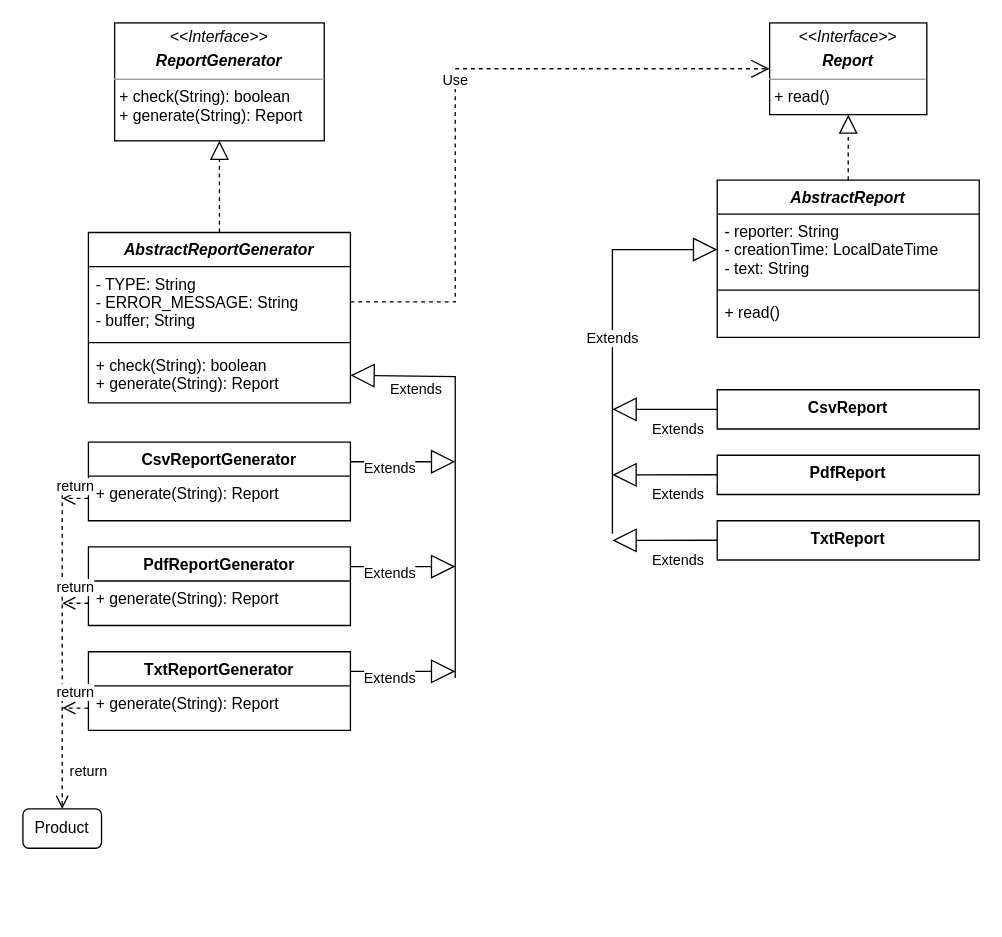
SichniyAndriy/Avada_Task-5_Patterns keeps this draw.io diagram as src/creation/factory_method/factoty_method.drawio. Above is the earlier version. Source tidied: cells renumbered, new cells numbered last; positions are measured from the earlier drawing's top-left corner, leaving out a move shared by most shapes. Both pictures are drawn from the tidied source at 131%, with x=0, y=0 at pixel (22, 22).
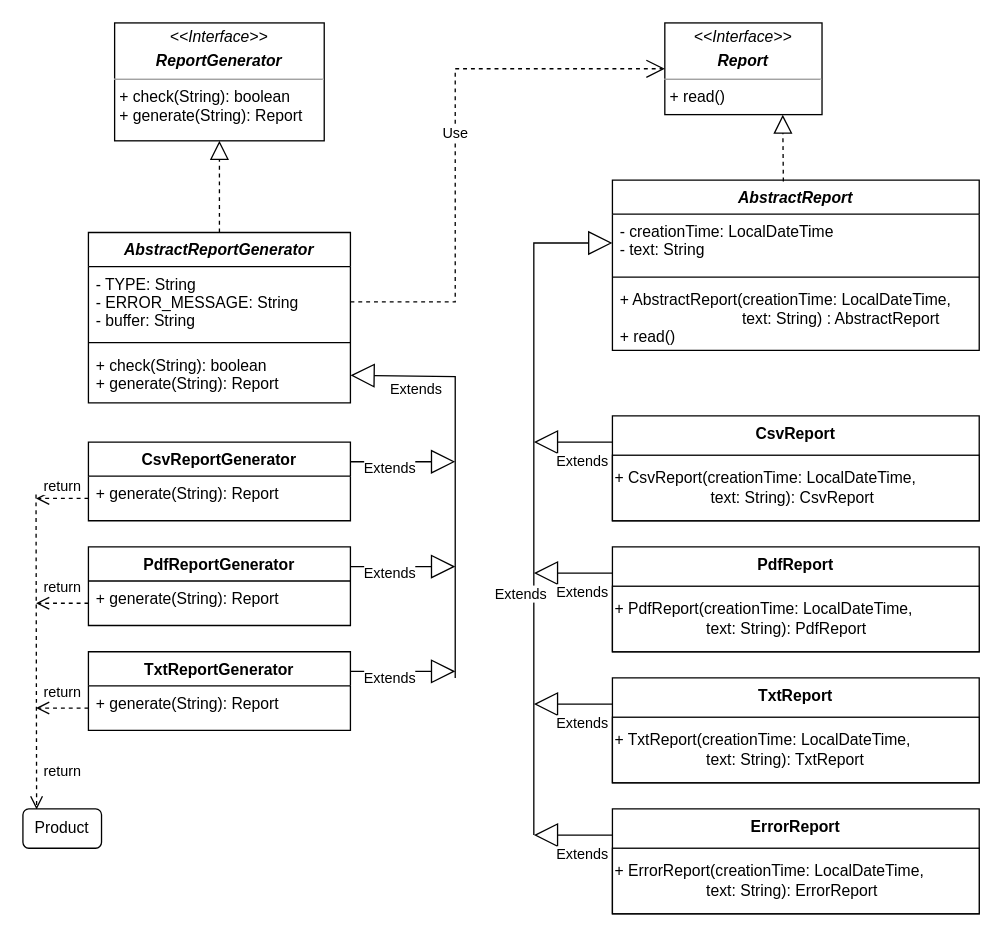
Above is the later version.

Commit message:
fix factory method diagram

The change refers to these unchanged cells:
```xml
<mxCell id="16" value="AbstractReportGenerator" style="swimlane;fontStyle=3;align=center;verticalAlign=top;horizontal=1;startSize=26;" parent="1" vertex="1">
  <mxGeometry x="50" y="160" width="200" height="130" as="geometry" />
</mxCell>
<mxCell id="22" value="+ generate(String): Report" style="text;strokeColor=none;fillColor=none;align=left;verticalAlign=top;spacingLeft=4;spacingRight=4;overflow=hidden;points=[[0,0.5],[1,0.5]];portConstraint=eastwest;" parent="21" vertex="1">
  <mxGeometry y="26" width="200" height="34" as="geometry" />
</mxCell>
<mxCell id="24" value="+ generate(String): Report" style="text;strokeColor=none;fillColor=none;align=left;verticalAlign=top;spacingLeft=4;spacingRight=4;overflow=hidden;points=[[0,0.5],[1,0.5]];portConstraint=eastwest;" parent="23" vertex="1">
  <mxGeometry y="26" width="200" height="34" as="geometry" />
</mxCell>
<mxCell id="26" value="+ generate(String): Report" style="text;strokeColor=none;fillColor=none;align=left;verticalAlign=top;spacingLeft=4;spacingRight=4;overflow=hidden;points=[[0,0.5],[1,0.5]];portConstraint=eastwest;" parent="25" vertex="1">
  <mxGeometry y="26" width="200" height="34" as="geometry" />
</mxCell>
<mxCell id="35" value="Product" style="rounded=1;whiteSpace=wrap;html=1;" parent="1" vertex="1">
  <mxGeometry y="600" width="60" height="30" as="geometry" />
</mxCell>
```

Diff of the diagram source:
```diff
@@
+    <mxCell id="8" value="TxtReport" style="swimlane;fontStyle=1;align=center;verticalAlign=top;horizontal=1;startSize=30;strokeColor=default;swimlaneLine=0;" parent="1" vertex="1">
+      <mxGeometry x="450" y="500" width="280" height="80" as="geometry" />
+    </mxCell>
+    <mxCell id="37" value="+ TxtReport(creationTime: LocalDateTime,&lt;br&gt;&lt;span style=&quot;white-space: pre;&quot;&gt;&#9;&lt;/span&gt;&lt;span style=&quot;white-space: pre;&quot;&gt;&#9;&lt;/span&gt;&amp;nbsp; &amp;nbsp; &amp;nbsp;text: String): TxtReport" style="rounded=0;whiteSpace=wrap;html=1;strokeColor=default;align=left;" parent="8" vertex="1">
+      <mxGeometry y="30" width="280" height="50" as="geometry" />
+    </mxCell>
     <mxCell id="2" value="&lt;p style=&quot;margin:0px;margin-top:4px;text-align:center;&quot;&gt;&lt;i&gt;&amp;lt;&amp;lt;Interface&amp;gt;&amp;gt;&lt;/i&gt;&lt;/p&gt;&lt;p style=&quot;margin:0px;margin-top:4px;text-align:center;&quot;&gt;&lt;i&gt;&lt;b&gt;Report&lt;/b&gt;&lt;/i&gt;&lt;/p&gt;&lt;hr size=&quot;1&quot;&gt;&lt;p style=&quot;margin:0px;margin-left:4px;&quot;&gt;+ read()&lt;/p&gt;" style="verticalAlign=top;align=left;overflow=fill;fontSize=12;fontFamily=Helvetica;html=1;" parent="1" vertex="1">
-      <mxGeometry x="570" width="120" height="70" as="geometry" />
+      <mxGeometry x="490" width="120" height="70" as="geometry" />
     </mxCell>
     <mxCell id="3" value="AbstractReport" style="swimlane;fontStyle=3;align=center;verticalAlign=top;horizontal=1;startSize=26;" parent="1" vertex="1">
-      <mxGeometry x="530" y="120" width="200" height="120" as="geometry" />
+      <mxGeometry x="450" y="120" width="280" height="130" as="geometry" />
     </mxCell>
-    <mxCell id="4" value="- reporter: String&#10;- creationTime: LocalDateTime&#10;- text: String" style="text;strokeColor=none;fillColor=none;align=left;verticalAlign=top;spacingLeft=4;spacingRight=4;overflow=hidden;points=[[0,0.5],[1,0.5]];portConstraint=eastwest;fontColor=default;labelBackgroundColor=none;labelBorderColor=none;" parent="3" vertex="1">
-      <mxGeometry y="26" width="200" height="54" as="geometry" />
+    <mxCell id="4" value="- creationTime: LocalDateTime&#10;- text: String" style="text;strokeColor=none;fillColor=none;align=left;verticalAlign=top;spacingLeft=4;spacingRight=4;overflow=hidden;points=[[0,0.5],[1,0.5]];portConstraint=eastwest;fontColor=default;labelBackgroundColor=none;labelBorderColor=none;" parent="3" vertex="1">
+      <mxGeometry y="26" width="280" height="44" as="geometry" />
     </mxCell>
     <mxCell id="5" style="line;strokeWidth=1;fillColor=none;align=left;verticalAlign=middle;spacingTop=-1;spacingLeft=3;spacingRight=3;labelPosition=right;strokeColor=inherit;" parent="3" vertex="1">
-      <mxGeometry y="80" width="200" height="8" as="geometry" />
+      <mxGeometry y="70" width="280" height="8" as="geometry" />
     </mxCell>
-    <mxCell id="6" value="+ read()" style="text;strokeColor=none;fillColor=none;align=left;verticalAlign=top;spacingLeft=4;spacingRight=4;overflow=hidden;" parent="3" vertex="1">
-      <mxGeometry y="88" width="200" height="32" as="geometry" />
+    <mxCell id="6" value="+ AbstractReport(creationTime: LocalDateTime,&#10;                            text: String) : AbstractReport&#10;+ read()" style="text;strokeColor=none;fillColor=none;align=left;verticalAlign=top;spacingLeft=4;spacingRight=4;overflow=hidden;" parent="3" vertex="1">
+      <mxGeometry y="78" width="280" height="52" as="geometry" />
     </mxCell>
-    <mxCell id="7" value="PdfReport" style="swimlane;fontStyle=1;align=center;verticalAlign=top;horizontal=1;startSize=20;strokeColor=default;swimlaneLine=0;" parent="1" vertex="1">
-      <mxGeometry x="530" y="330" width="200" height="30" as="geometry" />
-    </mxCell>
-    <mxCell id="8" value="TxtReport" style="swimlane;fontStyle=1;align=center;verticalAlign=top;horizontal=1;startSize=20;strokeColor=default;swimlaneLine=0;" parent="1" vertex="1">
-      <mxGeometry x="530" y="380" width="200" height="30" as="geometry" />
-    </mxCell>
-    <mxCell id="9" value="CsvReport" style="swimlane;fontStyle=1;align=center;verticalAlign=top;horizontal=1;startSize=20;strokeColor=default;swimlaneLine=0;" parent="1" vertex="1">
-      <mxGeometry x="530" y="280" width="200" height="30" as="geometry" />
+    <mxCell id="9" value="CsvReport" style="swimlane;fontStyle=1;align=center;verticalAlign=top;horizontal=1;startSize=30;strokeColor=default;swimlaneLine=0;" parent="1" vertex="1">
+      <mxGeometry x="450" y="300" width="280" height="80" as="geometry" />
     </mxCell>
+    <mxCell id="38" value="+ CsvReport(creationTime: LocalDateTime,&lt;br&gt;&lt;span style=&quot;white-space: pre;&quot;&gt;&#9;&lt;/span&gt;&lt;span style=&quot;white-space: pre;&quot;&gt;&#9;&lt;/span&gt;&amp;nbsp; &amp;nbsp; &amp;nbsp; text: String): CsvReport" style="rounded=0;whiteSpace=wrap;html=1;strokeColor=default;align=left;" parent="9" vertex="1">
+      <mxGeometry y="30" width="280" height="50" as="geometry" />
+    </mxCell>
-    <mxCell id="10" style="endArrow=block;dashed=1;endFill=0;endSize=12;html=1;rounded=0;exitX=0.5;exitY=0;exitDx=0;exitDy=0;entryX=0.5;entryY=1;entryDx=0;entryDy=0;" parent="1" edge="1" source="3" target="2">
+    <mxCell id="10" style="endArrow=block;dashed=1;endFill=0;endSize=12;html=1;rounded=0;exitX=0.466;exitY=0.008;exitDx=0;exitDy=0;entryX=0.75;entryY=1;entryDx=0;entryDy=0;exitPerimeter=0;" parent="1" edge="1" source="3" target="2">
       <mxGeometry relative="1" as="geometry" />
     </mxCell>
     <mxCell id="11" value="Extends" style="endArrow=block;endSize=16;endFill=0;html=1;rounded=0;entryX=0;entryY=0.5;entryDx=0;entryDy=0;" parent="1" edge="1" target="4">
-      <mxGeometry relative="1" as="geometry">
-        <mxPoint x="450" y="390" as="sourcePoint" />
+      <mxGeometry x="-0.28" y="10" relative="1" as="geometry">
+        <mxPoint x="390" y="620" as="sourcePoint" />
         <Array as="points">
-          <mxPoint x="450" y="173" />
+          <mxPoint x="390" y="168" />
         </Array>
       </mxGeometry>
     </mxCell>
-    <mxCell id="12" value="Extends" style="endArrow=block;endSize=16;endFill=0;html=1;rounded=0;exitX=0;exitY=0.5;exitDx=0;exitDy=0;" parent="1" edge="1" source="9">
+    <mxCell id="12" value="Extends" style="endArrow=block;endSize=16;endFill=0;html=1;rounded=0;exitX=0;exitY=0.25;exitDx=0;exitDy=0;" parent="1" edge="1" source="9">
       <mxGeometry x="-0.25" y="15" relative="1" as="geometry">
-        <mxPoint x="450" y="295" as="targetPoint" />
+        <mxPoint x="390" y="320" as="targetPoint" />
       </mxGeometry>
     </mxCell>
-    <mxCell id="13" value="Extends" style="endArrow=block;endSize=16;endFill=0;html=1;rounded=0;exitX=0;exitY=0.5;exitDx=0;exitDy=0;" parent="1" edge="1">
+    <mxCell id="13" value="Extends" style="endArrow=block;endSize=16;endFill=0;html=1;rounded=0;exitX=0;exitY=0.25;exitDx=0;exitDy=0;" parent="1" edge="1" source="7">
       <mxGeometry x="-0.25" y="15" relative="1" as="geometry">
-        <mxPoint x="530" y="344.9" as="sourcePoint" />
-        <mxPoint x="450" y="345" as="targetPoint" />
+        <mxPoint x="390" y="420" as="targetPoint" />
       </mxGeometry>
     </mxCell>
-    <mxCell id="14" value="Extends" style="endArrow=block;endSize=16;endFill=0;html=1;rounded=0;exitX=0;exitY=0.5;exitDx=0;exitDy=0;" parent="1" edge="1">
+    <mxCell id="14" value="Extends" style="endArrow=block;endSize=16;endFill=0;html=1;rounded=0;exitX=0;exitY=0.25;exitDx=0;exitDy=0;" parent="1" edge="1" source="8">
       <mxGeometry x="-0.25" y="15" relative="1" as="geometry">
-        <mxPoint x="530" y="394.9" as="sourcePoint" />
-        <mxPoint x="450" y="395" as="targetPoint" />
+        <mxPoint x="390" y="520" as="targetPoint" />
       </mxGeometry>
     </mxCell>
@@
-    <mxCell id="17" value="- TYPE: String&#10;- ERROR_MESSAGE: String&#10;- buffer; String" style="text;strokeColor=none;fillColor=none;align=left;verticalAlign=top;spacingLeft=4;spacingRight=4;overflow=hidden;points=[[0,0.5],[1,0.5]];portConstraint=eastwest;fontStyle=0;" parent="16" vertex="1">
+    <mxCell id="17" value="- TYPE: String&#10;- ERROR_MESSAGE: String&#10;- buffer: String" style="text;strokeColor=none;fillColor=none;align=left;verticalAlign=top;spacingLeft=4;spacingRight=4;overflow=hidden;points=[[0,0.5],[1,0.5]];portConstraint=eastwest;fontStyle=0;" parent="16" vertex="1">
       <mxGeometry y="26" width="200" height="54" as="geometry" />
     </mxCell>
@@
-    <mxCell id="32" value="return" style="html=1;verticalAlign=bottom;endArrow=open;dashed=1;endSize=8;rounded=0;" parent="1" edge="1">
+    <mxCell id="32" value="return" style="html=1;verticalAlign=bottom;endArrow=open;dashed=1;endSize=8;rounded=0;entryX=0.174;entryY=0.015;entryDx=0;entryDy=0;entryPerimeter=0;" parent="1" edge="1" target="35">
       <mxGeometry x="0.83" y="20" relative="1" as="geometry">
-        <mxPoint x="30" y="360" as="sourcePoint" />
-        <mxPoint x="30" y="600" as="targetPoint" />
+        <mxPoint x="10" y="360" as="sourcePoint" />
       </mxGeometry>
     </mxCell>
     <mxCell id="33" value="return" style="html=1;verticalAlign=bottom;endArrow=open;dashed=1;endSize=8;rounded=0;exitX=0;exitY=0.5;exitDx=0;exitDy=0;" parent="1" edge="1" source="22">
       <mxGeometry relative="1" as="geometry">
-        <mxPoint x="30" y="363" as="targetPoint" />
+        <mxPoint x="10" y="363" as="targetPoint" />
       </mxGeometry>
     </mxCell>
     <mxCell id="34" value="return" style="html=1;verticalAlign=bottom;endArrow=open;dashed=1;endSize=8;rounded=0;exitX=0;exitY=0.5;exitDx=0;exitDy=0;" parent="1" edge="1" source="24">
       <mxGeometry y="-3" relative="1" as="geometry">
-        <mxPoint x="30" y="443" as="targetPoint" />
+        <mxPoint x="10" y="443" as="targetPoint" />
       </mxGeometry>
     </mxCell>
@@
     <mxCell id="36" value="return" style="html=1;verticalAlign=bottom;endArrow=open;dashed=1;endSize=8;rounded=0;exitX=0;exitY=0.5;exitDx=0;exitDy=0;" parent="1" edge="1" source="26">
       <mxGeometry y="-3" relative="1" as="geometry">
-        <mxPoint x="30" y="523" as="targetPoint" />
+        <mxPoint x="10" y="523" as="targetPoint" />
       </mxGeometry>
     </mxCell>
+    <mxCell id="7" value="PdfReport" style="swimlane;fontStyle=1;align=center;verticalAlign=top;horizontal=1;startSize=30;strokeColor=default;swimlaneLine=0;" parent="1" vertex="1">
+      <mxGeometry x="450" y="400" width="280" height="80" as="geometry" />
+    </mxCell>
+    <mxCell id="39" value="+ PdfReport(creationTime: LocalDateTime,&lt;br&gt;&lt;span style=&quot;white-space: pre;&quot;&gt;&#9;&lt;/span&gt;&lt;span style=&quot;white-space: pre;&quot;&gt;&#9;&lt;/span&gt;&amp;nbsp; &amp;nbsp; &amp;nbsp;text: String): PdfReport" style="rounded=0;whiteSpace=wrap;html=1;strokeColor=default;align=left;" parent="7" vertex="1">
+      <mxGeometry y="30" width="280" height="50" as="geometry" />
+    </mxCell>
+    <mxCell id="40" value="ErrorReport" style="swimlane;fontStyle=1;align=center;verticalAlign=top;horizontal=1;startSize=30;strokeColor=default;swimlaneLine=0;" parent="1" vertex="1">
+      <mxGeometry x="450" y="600" width="280" height="80" as="geometry" />
+    </mxCell>
+    <mxCell id="41" value="+ ErrorReport(creationTime: LocalDateTime,&lt;br&gt;&lt;span style=&quot;white-space: pre;&quot;&gt;&#9;&lt;/span&gt;&lt;span style=&quot;white-space: pre;&quot;&gt;&#9;&lt;/span&gt;&amp;nbsp; &amp;nbsp; &amp;nbsp;text: String): ErrorReport" style="rounded=0;whiteSpace=wrap;html=1;strokeColor=default;align=left;" parent="40" vertex="1">
+      <mxGeometry y="30" width="280" height="50" as="geometry" />
+    </mxCell>
+    <mxCell id="42" value="Extends" style="endArrow=block;endSize=16;endFill=0;html=1;rounded=0;exitX=0;exitY=0.25;exitDx=0;exitDy=0;" parent="1" edge="1" source="40">
+      <mxGeometry x="-0.25" y="15" relative="1" as="geometry">
+        <mxPoint x="390" y="620" as="targetPoint" />
+      </mxGeometry>
+    </mxCell>
```
